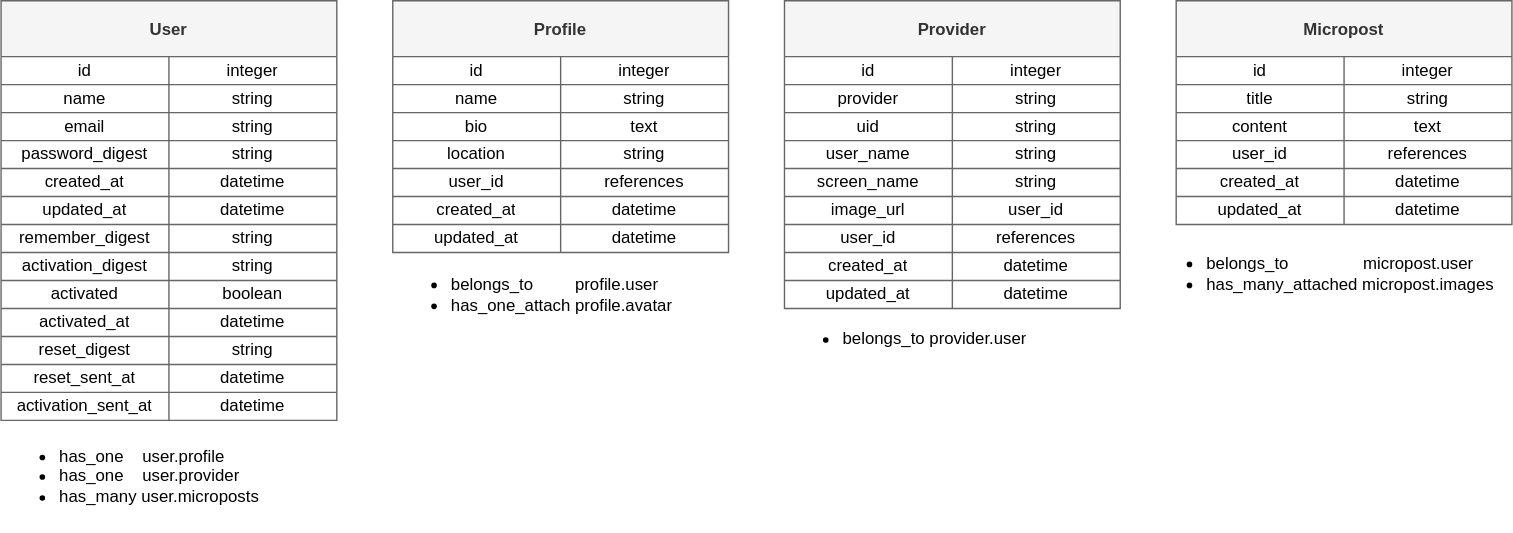
Before: doc/images/model-structure.drawio.svg, a diagram exported from draw.io (ittoku703/mizusirazu). Source tidied: cells renumbered, new cells last; positions are measured from the earlier drawing's top-left corner, leaving out a move shared by most shapes.
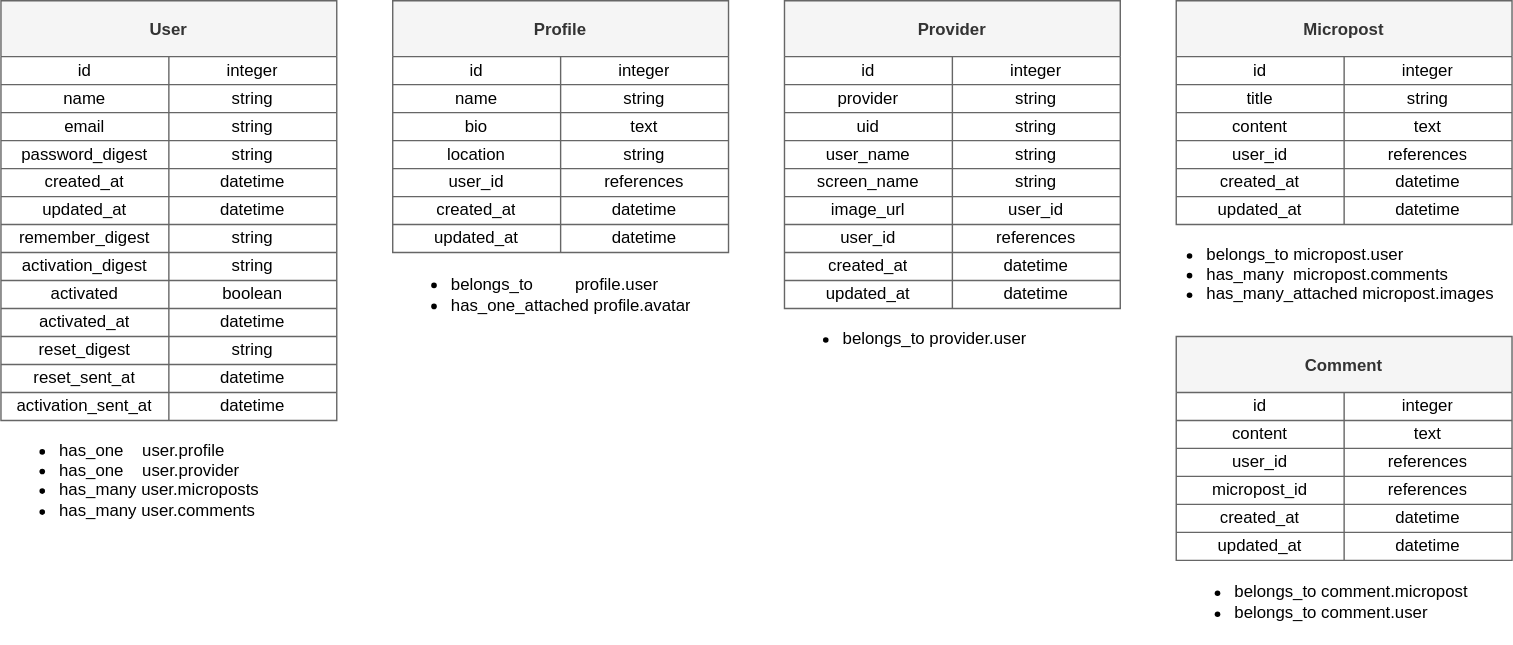
After the commit.

Change to the diagram source:
```diff
@@ -188,10 +188,10 @@
     <mxCell id="63" value="datetime" style="shape=partialRectangle;html=1;whiteSpace=wrap;fillColor=none;top=0;left=0;bottom=0;right=0;overflow=hidden;" parent="61" vertex="1">
       <mxGeometry x="120" width="120" height="20" as="geometry" />
     </mxCell>
-    <mxCell id="64" value="&lt;ul&gt;&lt;li&gt;has_one&amp;nbsp; &amp;nbsp; user.profile&lt;/li&gt;&lt;li&gt;has_one&amp;nbsp; &amp;nbsp; user.provider&lt;/li&gt;&lt;li&gt;has_many user.microposts&lt;/li&gt;&lt;/ul&gt;" style="text;strokeColor=none;fillColor=none;html=1;whiteSpace=wrap;verticalAlign=middle;overflow=hidden;align=left;" parent="1" vertex="1">
+    <mxCell id="64" value="&lt;ul&gt;&lt;li&gt;has_one&amp;nbsp; &amp;nbsp; user.profile&lt;/li&gt;&lt;li&gt;has_one&amp;nbsp; &amp;nbsp; user.provider&lt;/li&gt;&lt;li&gt;has_many user.microposts&lt;/li&gt;&lt;li&gt;has_many user.comments&lt;/li&gt;&lt;/ul&gt;" style="text;strokeColor=none;fillColor=none;html=1;whiteSpace=wrap;verticalAlign=middle;overflow=hidden;align=left;" parent="1" vertex="1">
       <mxGeometry y="300" width="240" height="80" as="geometry" />
     </mxCell>
-    <mxCell id="65" value="&lt;ul&gt;&lt;li&gt;belongs_to&amp;nbsp; &amp;nbsp; &amp;nbsp; &amp;nbsp; &amp;nbsp;profile.user&lt;/li&gt;&lt;li&gt;has_one_attach profile.avatar&lt;/li&gt;&lt;/ul&gt;" style="text;strokeColor=none;fillColor=none;html=1;whiteSpace=wrap;verticalAlign=middle;overflow=hidden;align=left;" parent="1" vertex="1">
+    <mxCell id="65" value="&lt;ul&gt;&lt;li&gt;belongs_to&amp;nbsp; &amp;nbsp; &amp;nbsp; &amp;nbsp; &amp;nbsp;profile.user&lt;/li&gt;&lt;li&gt;has_one_attached profile.avatar&lt;/li&gt;&lt;/ul&gt;" style="text;strokeColor=none;fillColor=none;html=1;whiteSpace=wrap;verticalAlign=middle;overflow=hidden;align=left;" parent="1" vertex="1">
       <mxGeometry x="280" y="180" width="240" height="60" as="geometry" />
     </mxCell>
     <mxCell id="66" value="Provider" style="shape=table;startSize=40;fontStyle=1;align=center;fillColor=#f5f5f5;fontColor=#333333;strokeColor=#666666;" parent="1" vertex="1">
@@ -338,8 +338,68 @@
     <mxCell id="113" value="datetime" style="shape=partialRectangle;html=1;whiteSpace=wrap;fillColor=none;top=0;left=0;bottom=0;right=0;overflow=hidden;" parent="111" vertex="1">
       <mxGeometry x="120" width="120" height="20" as="geometry" />
     </mxCell>
-    <mxCell id="114" value="&lt;ul&gt;&lt;li&gt;belongs_to&amp;nbsp; &amp;nbsp; &amp;nbsp; &amp;nbsp; &amp;nbsp; &amp;nbsp; &amp;nbsp; &amp;nbsp; micropost.user&lt;/li&gt;&lt;li&gt;has_many_attached micropost.images&lt;/li&gt;&lt;/ul&gt;" style="text;strokeColor=none;fillColor=none;html=1;whiteSpace=wrap;verticalAlign=middle;overflow=hidden;align=left;" parent="1" vertex="1">
+    <mxCell id="114" value="&lt;ul&gt;&lt;li&gt;belongs_to micropost.user&lt;/li&gt;&lt;li&gt;has_many&amp;nbsp; micropost.comments&lt;/li&gt;&lt;li&gt;has_many_attached micropost.images&lt;/li&gt;&lt;/ul&gt;" style="text;strokeColor=none;fillColor=none;html=1;whiteSpace=wrap;verticalAlign=middle;overflow=hidden;align=left;" parent="1" vertex="1">
       <mxGeometry x="820" y="160" width="260" height="70" as="geometry" />
     </mxCell>
+    <mxCell id="115" value="Comment" style="shape=table;startSize=40;fontStyle=1;align=center;fillColor=#f5f5f5;fontColor=#333333;strokeColor=#666666;" parent="1" vertex="1">
+      <mxGeometry x="840" y="240" width="240" height="160" as="geometry" />
+    </mxCell>
+    <mxCell id="116" style="shape=partialRectangle;html=1;whiteSpace=wrap;fillColor=none;top=0;left=0;bottom=0;right=0;" parent="115" vertex="1">
+      <mxGeometry y="40" width="240" height="20" as="geometry" />
+    </mxCell>
+    <mxCell id="117" value="id" style="shape=partialRectangle;html=1;whiteSpace=wrap;fillColor=none;top=0;left=0;bottom=0;right=0;overflow=hidden;" parent="116" vertex="1">
+      <mxGeometry width="120" height="20" as="geometry" />
+    </mxCell>
+    <mxCell id="118" value="integer" style="shape=partialRectangle;html=1;whiteSpace=wrap;fillColor=none;top=0;left=0;bottom=0;right=0;overflow=hidden;" parent="116" vertex="1">
+      <mxGeometry x="120" width="120" height="20" as="geometry" />
+    </mxCell>
+    <mxCell id="119" style="shape=partialRectangle;html=1;whiteSpace=wrap;fillColor=none;top=0;left=0;bottom=0;right=0;" parent="115" vertex="1">
+      <mxGeometry y="60" width="240" height="20" as="geometry" />
+    </mxCell>
+    <mxCell id="120" value="content" style="shape=partialRectangle;html=1;whiteSpace=wrap;fillColor=none;top=0;left=0;bottom=0;right=0;overflow=hidden;" parent="119" vertex="1">
+      <mxGeometry width="120" height="20" as="geometry" />
+    </mxCell>
+    <mxCell id="121" value="text" style="shape=partialRectangle;html=1;whiteSpace=wrap;fillColor=none;top=0;left=0;bottom=0;right=0;overflow=hidden;" parent="119" vertex="1">
+      <mxGeometry x="120" width="120" height="20" as="geometry" />
+    </mxCell>
+    <mxCell id="122" style="shape=partialRectangle;html=1;whiteSpace=wrap;fillColor=none;top=0;left=0;bottom=0;right=0;" parent="115" vertex="1">
+      <mxGeometry y="80" width="240" height="20" as="geometry" />
+    </mxCell>
+    <mxCell id="123" value="user_id" style="shape=partialRectangle;html=1;whiteSpace=wrap;fillColor=none;top=0;left=0;bottom=0;right=0;overflow=hidden;" parent="122" vertex="1">
+      <mxGeometry width="120" height="20" as="geometry" />
+    </mxCell>
+    <mxCell id="124" value="references" style="shape=partialRectangle;html=1;whiteSpace=wrap;fillColor=none;top=0;left=0;bottom=0;right=0;overflow=hidden;" parent="122" vertex="1">
+      <mxGeometry x="120" width="120" height="20" as="geometry" />
+    </mxCell>
+    <mxCell id="125" style="shape=partialRectangle;html=1;whiteSpace=wrap;fillColor=none;top=0;left=0;bottom=0;right=0;" parent="115" vertex="1">
+      <mxGeometry y="100" width="240" height="20" as="geometry" />
+    </mxCell>
+    <mxCell id="126" value="micropost_id" style="shape=partialRectangle;html=1;whiteSpace=wrap;fillColor=none;top=0;left=0;bottom=0;right=0;overflow=hidden;" parent="125" vertex="1">
+      <mxGeometry width="120" height="20" as="geometry" />
+    </mxCell>
+    <mxCell id="127" value="references" style="shape=partialRectangle;html=1;whiteSpace=wrap;fillColor=none;top=0;left=0;bottom=0;right=0;overflow=hidden;" parent="125" vertex="1">
+      <mxGeometry x="120" width="120" height="20" as="geometry" />
+    </mxCell>
+    <mxCell id="128" style="shape=partialRectangle;html=1;whiteSpace=wrap;fillColor=none;top=0;left=0;bottom=0;right=0;" parent="115" vertex="1">
+      <mxGeometry y="120" width="240" height="20" as="geometry" />
+    </mxCell>
+    <mxCell id="129" value="created_at" style="shape=partialRectangle;html=1;whiteSpace=wrap;fillColor=none;top=0;left=0;bottom=0;right=0;overflow=hidden;" parent="128" vertex="1">
+      <mxGeometry width="120" height="20" as="geometry" />
+    </mxCell>
+    <mxCell id="130" value="datetime" style="shape=partialRectangle;html=1;whiteSpace=wrap;fillColor=none;top=0;left=0;bottom=0;right=0;overflow=hidden;" parent="128" vertex="1">
+      <mxGeometry x="120" width="120" height="20" as="geometry" />
+    </mxCell>
+    <mxCell id="131" style="shape=partialRectangle;html=1;whiteSpace=wrap;fillColor=none;top=0;left=0;bottom=0;right=0;" parent="115" vertex="1">
+      <mxGeometry y="140" width="240" height="20" as="geometry" />
+    </mxCell>
+    <mxCell id="132" value="updated_at" style="shape=partialRectangle;html=1;whiteSpace=wrap;fillColor=none;top=0;left=0;bottom=0;right=0;overflow=hidden;" parent="131" vertex="1">
+      <mxGeometry width="120" height="20" as="geometry" />
+    </mxCell>
+    <mxCell id="133" value="datetime" style="shape=partialRectangle;html=1;whiteSpace=wrap;fillColor=none;top=0;left=0;bottom=0;right=0;overflow=hidden;" parent="131" vertex="1">
+      <mxGeometry x="120" width="120" height="20" as="geometry" />
+    </mxCell>
+    <mxCell id="134" value="&lt;ul&gt;&lt;li&gt;belongs_to comment.micropost&lt;/li&gt;&lt;li&gt;belongs_to comment.user&lt;/li&gt;&lt;/ul&gt;" style="text;strokeColor=none;fillColor=none;html=1;whiteSpace=wrap;verticalAlign=middle;overflow=hidden;align=left;" parent="1" vertex="1">
+      <mxGeometry x="840" y="400" width="240" height="60" as="geometry" />
+    </mxCell>
   </root>
 </mxGraphModel>
```
